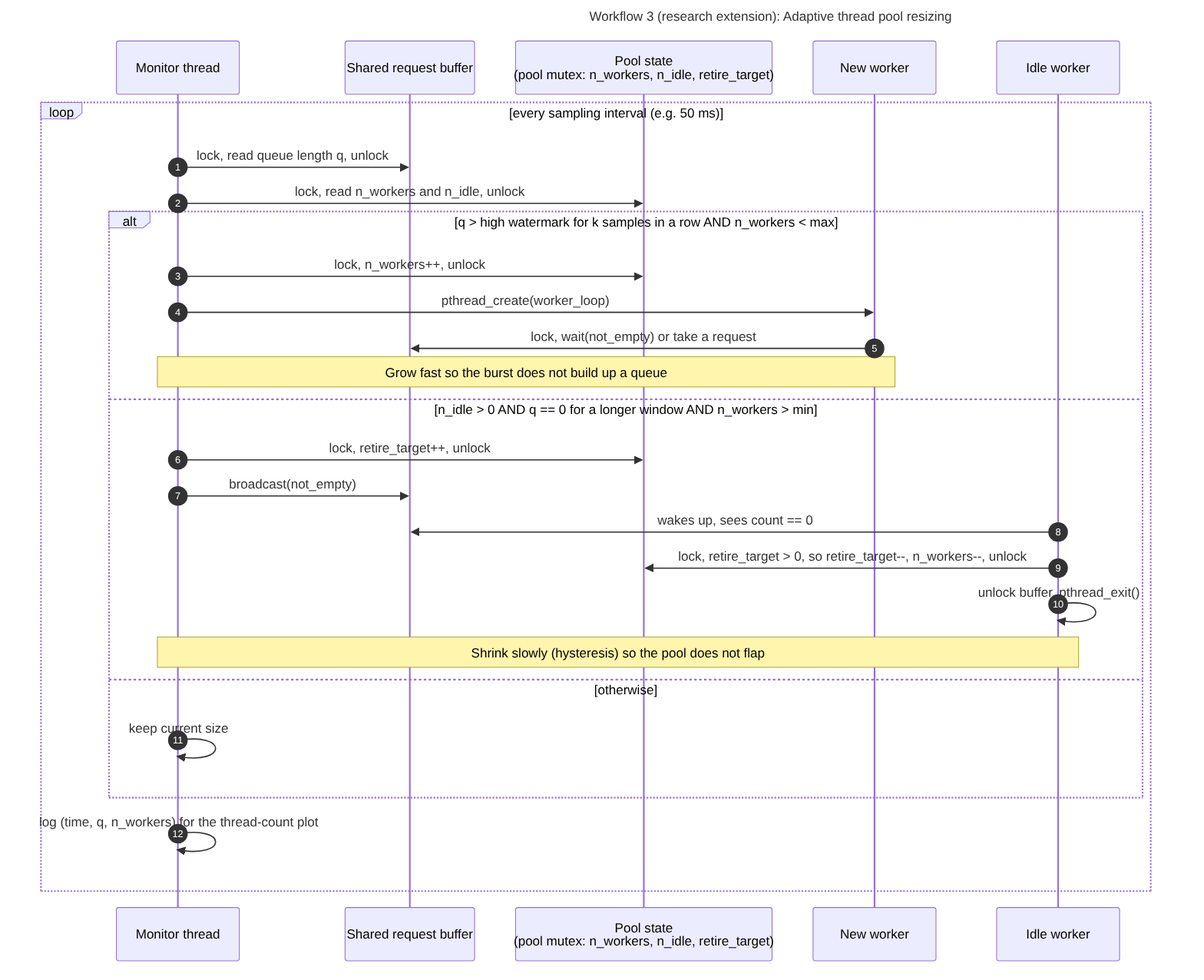
The Mermaid diagram docs/architecture/extension_cases/ext_B_adaptive_pool_resize.png in yangzhang98/cs5600-concurrent-webserver, before a commit. Its source is kept beside it as docs/architecture/extension_cases/ext_B_adaptive_pool_resize.mmd.
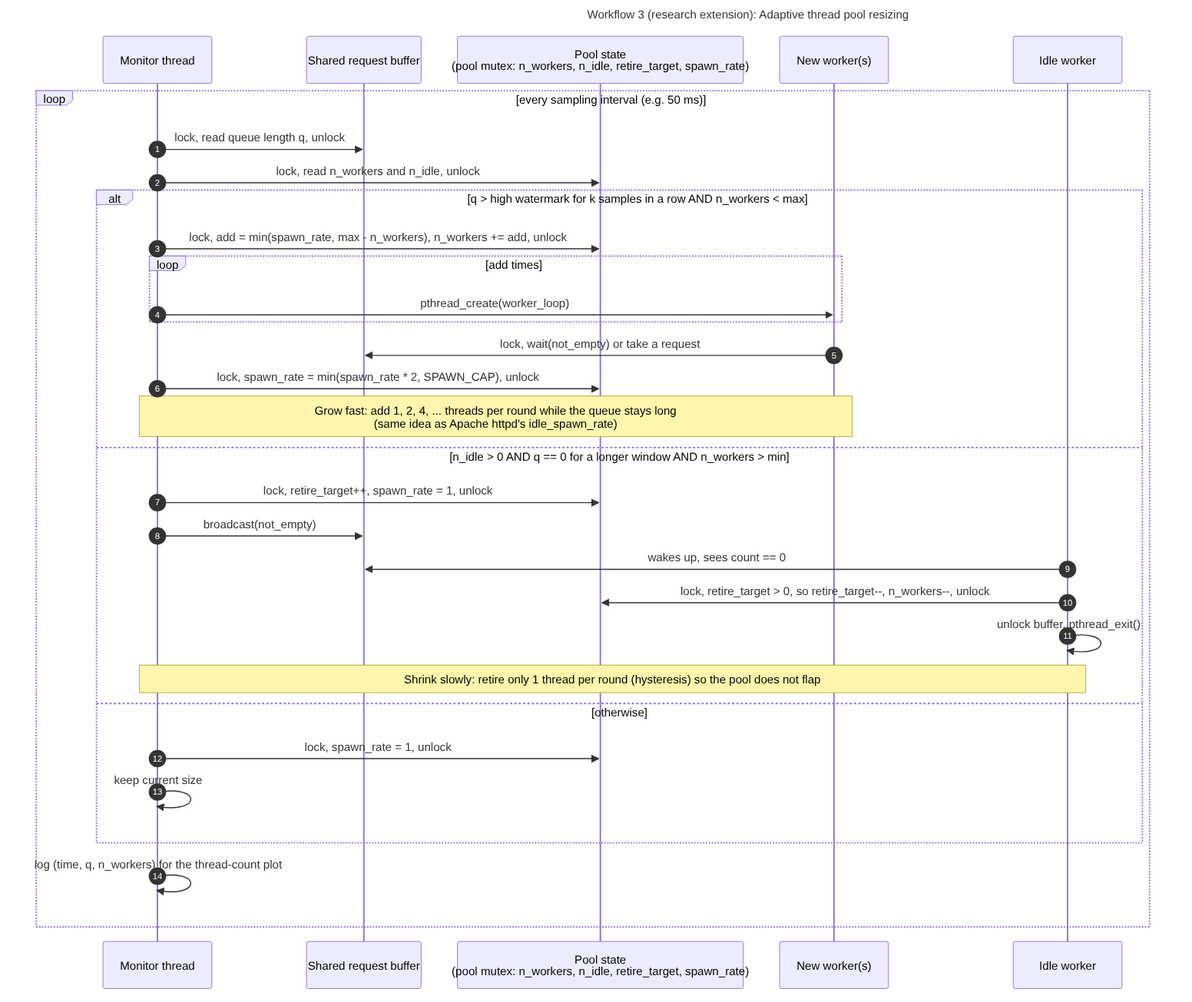
Later version of the same file.

Commit message:
Review sequence diagrams and update ext_B to exponential grow

The edit, as a diff of the source:
```diff
@@ -3,26 +3,30 @@
     title Workflow 3 (research extension): Adaptive thread pool resizing
     participant Mon as Monitor thread
     participant Q as Shared request buffer
-    participant P as Pool state<br/>(pool mutex: n_workers, n_idle, retire_target)
-    participant NW as New worker
+    participant P as Pool state<br/>(pool mutex: n_workers, n_idle, retire_target, spawn_rate)
+    participant NW as New worker(s)
     participant IW as Idle worker
 
     loop every sampling interval (e.g. 50 ms)
         Mon->>Q: lock, read queue length q, unlock
         Mon->>P: lock, read n_workers and n_idle, unlock
         alt q > high watermark for k samples in a row AND n_workers < max
-            Mon->>P: lock, n_workers++, unlock
-            Mon->>NW: pthread_create(worker_loop)
+            Mon->>P: lock, add = min(spawn_rate, max - n_workers), n_workers += add, unlock
+            loop add times
+                Mon->>NW: pthread_create(worker_loop)
+            end
             NW->>Q: lock, wait(not_empty) or take a request
-            Note over Mon,NW: Grow fast so the burst does not build up a queue
+            Mon->>P: lock, spawn_rate = min(spawn_rate * 2, SPAWN_CAP), unlock
+            Note over Mon,NW: Grow fast: add 1, 2, 4, ... threads per round while the queue stays long<br/>(same idea as Apache httpd's idle_spawn_rate)
         else n_idle > 0 AND q == 0 for a longer window AND n_workers > min
-            Mon->>P: lock, retire_target++, unlock
+            Mon->>P: lock, retire_target++, spawn_rate = 1, unlock
             Mon->>Q: broadcast(not_empty)
             IW->>Q: wakes up, sees count == 0
             IW->>P: lock, retire_target > 0, so retire_target--, n_workers--, unlock
             IW->>IW: unlock buffer, pthread_exit()
-            Note over Mon,IW: Shrink slowly (hysteresis) so the pool does not flap
+            Note over Mon,IW: Shrink slowly: retire only 1 thread per round (hysteresis) so the pool does not flap
         else otherwise
+            Mon->>P: lock, spawn_rate = 1, unlock
             Mon->>Mon: keep current size
         end
         Mon->>Mon: log (time, q, n_workers) for the thread-count plot
```
